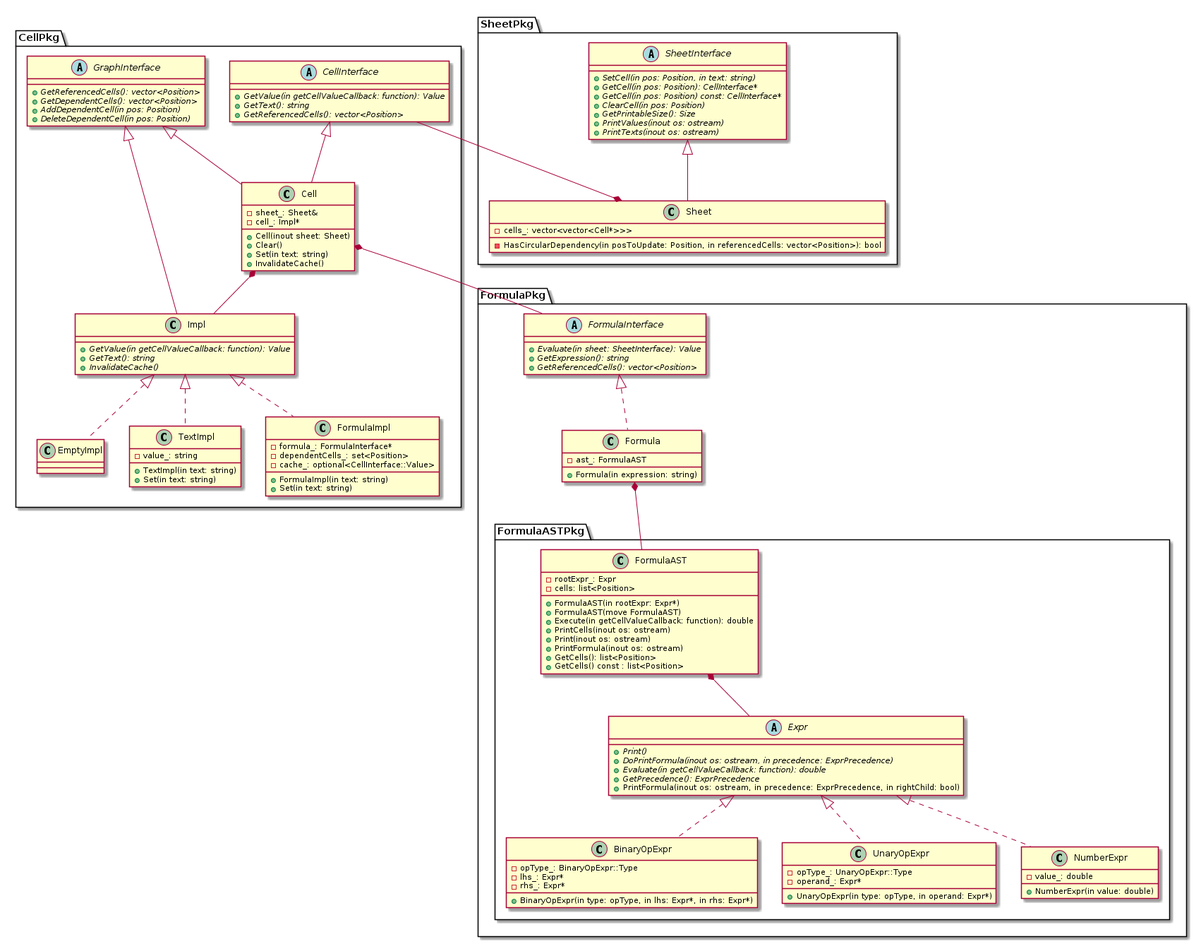
Before: uml/png/table.png, a diagram exported from PlantUML (kazarynau/YandexPraktikumFinal).
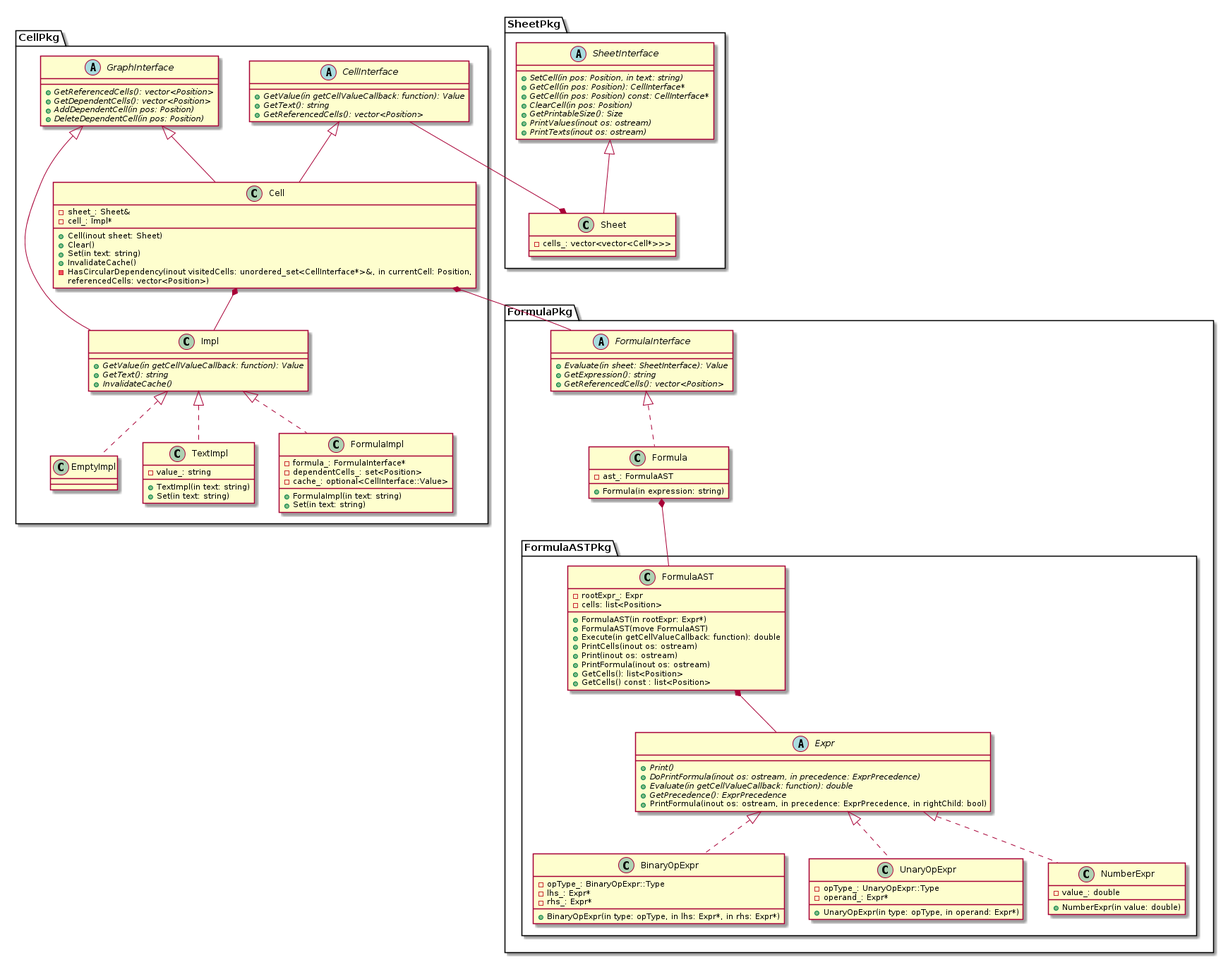
Later version of the same file.

Commit message:
Move HasCircularDependency() to cell

Change to the diagram source:
```diff
@@ -50,6 +50,8 @@
     +Clear()
     +Set(in text: string)
     +InvalidateCache()
+    -HasCircularDependency(inout visitedCells: unordered_set<CellInterface*>&, in currentCell: Position,
+            referencedCells: vector<Position>)
     -sheet_: Sheet&
     -cell_: Impl*
 }
@@ -74,7 +76,6 @@
 
 class Sheet {
     -cells_: vector<vector<Cell*>>>
-    -HasCircularDependency(in posToUpdate: Position, in referencedCells: vector<Position>): bool
 }
 
 class Sheet extends SheetInterface
```
